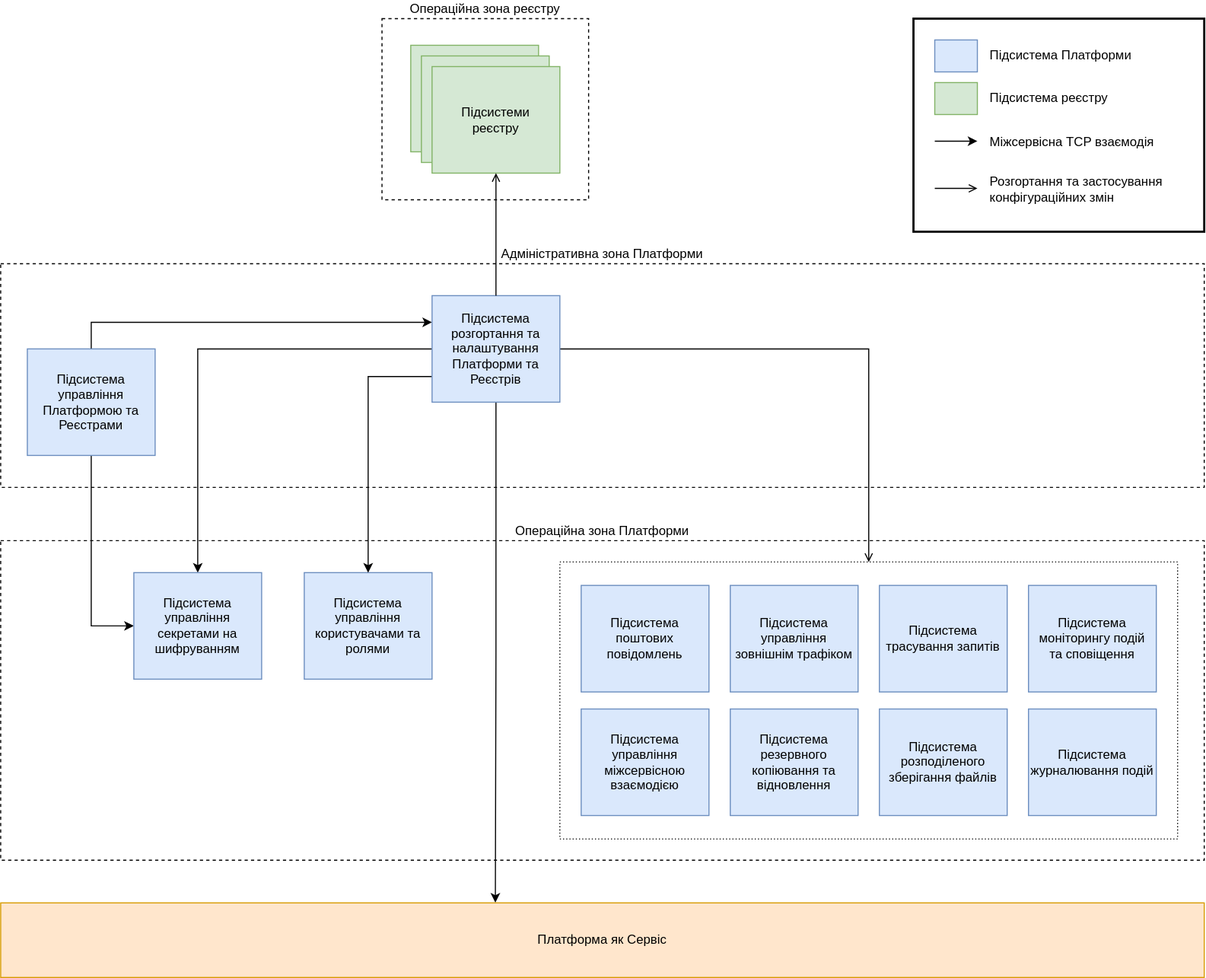
Above: docs/ua/modules/arch/images/architecture/platform/administrative/administrative-zone-subsystems.svg in epam/edp-ddm-architecture (draw.io), before the change. Source tidied: cells renumbered, new cells last; positions are measured from the earlier drawing's top-left corner, leaving out a move shared by most shapes. The source it was exported from:
```xml
<mxGraphModel>
  <root>
    <mxCell id="0" />
    <mxCell id="1" parent="0" />
    <mxCell id="2" value="Адміністративна зона Платформи" style="rounded=0;whiteSpace=wrap;html=1;dashed=1;labelPosition=center;verticalLabelPosition=top;align=center;verticalAlign=bottom;strokeWidth=1;" parent="1" vertex="1">
      <mxGeometry y="230" width="1130" height="210" as="geometry" />
    </mxCell>
    <mxCell id="3" value="Операційна зона Платформи" style="rounded=0;whiteSpace=wrap;html=1;dashed=1;labelPosition=center;verticalLabelPosition=top;align=center;verticalAlign=bottom;" parent="1" vertex="1">
      <mxGeometry y="490" width="1130" height="300" as="geometry" />
    </mxCell>
    <mxCell id="4" value="Підсистема управління користувачами та ролями" style="rounded=0;whiteSpace=wrap;html=1;fillColor=#dae8fc;strokeColor=#6c8ebf;" parent="1" vertex="1">
      <mxGeometry x="285" y="520" width="120" height="100" as="geometry" />
    </mxCell>
    <mxCell id="5" style="edgeStyle=orthogonalEdgeStyle;rounded=0;jettySize=auto;html=1;entryX=0;entryY=0.25;entryDx=0;entryDy=0;exitX=0.5;exitY=0;exitDx=0;exitDy=0;entryPerimeter=0;" parent="1" edge="1" source="7" target="12">
      <mxGeometry relative="1" as="geometry" />
    </mxCell>
    <mxCell id="6" style="edgeStyle=orthogonalEdgeStyle;rounded=0;jettySize=auto;html=1;entryX=0;entryY=0.5;entryDx=0;entryDy=0;exitX=0.5;exitY=1;exitDx=0;exitDy=0;" parent="1" edge="1" source="7" target="13">
      <mxGeometry relative="1" as="geometry" />
    </mxCell>
    <mxCell id="7" value="Підсистема управління Платформою та Реєстрами" style="rounded=0;whiteSpace=wrap;html=1;fillColor=#dae8fc;strokeColor=#6c8ebf;" parent="1" vertex="1">
      <mxGeometry x="25" y="310" width="120" height="100" as="geometry" />
    </mxCell>
    <mxCell id="8" style="edgeStyle=orthogonalEdgeStyle;rounded=0;jettySize=auto;html=1;entryX=0.5;entryY=0;entryDx=0;entryDy=0;exitX=1;exitY=0.5;exitDx=0;exitDy=0;endArrow=open;endFill=0;exitPerimeter=0;" parent="1" edge="1" source="12" target="30">
      <mxGeometry relative="1" as="geometry">
        <Array as="points">
          <mxPoint x="815" y="310" />
        </Array>
      </mxGeometry>
    </mxCell>
    <mxCell id="9" style="edgeStyle=orthogonalEdgeStyle;rounded=0;jettySize=auto;html=1;entryX=0.411;entryY=-0.004;entryDx=0;entryDy=0;entryPerimeter=0;" parent="1" edge="1" source="12" target="14">
      <mxGeometry relative="1" as="geometry" />
    </mxCell>
    <mxCell id="10" style="edgeStyle=orthogonalEdgeStyle;rounded=0;jettySize=auto;html=1;entryX=0.5;entryY=0;entryDx=0;entryDy=0;exitX=0;exitY=0.5;exitDx=0;exitDy=0;exitPerimeter=0;" parent="1" edge="1" source="12" target="13">
      <mxGeometry relative="1" as="geometry" />
    </mxCell>
    <mxCell id="11" style="edgeStyle=orthogonalEdgeStyle;rounded=0;jettySize=auto;html=1;entryX=0.5;entryY=0;entryDx=0;entryDy=0;exitX=0;exitY=0.76;exitDx=0;exitDy=0;exitPerimeter=0;" parent="1" edge="1" source="12" target="4">
      <mxGeometry relative="1" as="geometry" />
    </mxCell>
    <mxCell id="12" value="Підсистема розгортання та налаштування Платформи та Реєстрів" style="rounded=0;whiteSpace=wrap;html=1;fillColor=#dae8fc;strokeColor=#6c8ebf;points=[[0,0,0,0,0],[0,0.25,0,0,0],[0,0.5,0,0,0],[0,0.76,0,0,0],[0,1,0,0,0],[0.25,0,0,0,0],[0.25,1,0,0,0],[0.5,0,0,0,0],[0.5,1,0,0,0],[0.75,0,0,0,0],[0.75,1,0,0,0],[1,0,0,0,0],[1,0.17,0,0,0],[1,0.33,0,0,0],[1,0.5,0,0,0],[1,0.66,0,0,0],[1,0.82,0,0,0],[1,1,0,0,0]];" parent="1" vertex="1">
      <mxGeometry x="405" y="260" width="120" height="100" as="geometry" />
    </mxCell>
    <mxCell id="13" value="Підсистема управління секретами на шифруванням" style="rounded=0;whiteSpace=wrap;html=1;fillColor=#dae8fc;strokeColor=#6c8ebf;" parent="1" vertex="1">
      <mxGeometry x="125" y="520" width="120" height="100" as="geometry" />
    </mxCell>
    <mxCell id="14" value="Платформа як Сервіс" style="rounded=0;whiteSpace=wrap;html=1;fillColor=#ffe6cc;strokeColor=#d79b00;" parent="1" vertex="1">
      <mxGeometry y="830" width="1130" height="70" as="geometry" />
    </mxCell>
    <mxCell id="15" value="Операційна зона реєстру" style="rounded=0;whiteSpace=wrap;html=1;dashed=1;labelPosition=center;verticalLabelPosition=top;align=center;verticalAlign=bottom;" parent="1" vertex="1">
      <mxGeometry x="358" width="194" height="170" as="geometry" />
    </mxCell>
    <mxCell id="16" style="group;" parent="1" vertex="1">
      <mxGeometry x="385" y="25" width="140" height="120" as="geometry" />
    </mxCell>
    <mxCell id="17" style="rounded=0;whiteSpace=wrap;html=1;fillColor=#d5e8d4;strokeColor=#82b366;" parent="16" vertex="1">
      <mxGeometry width="120" height="100" as="geometry" />
    </mxCell>
    <mxCell id="18" style="rounded=0;whiteSpace=wrap;html=1;fillColor=#d5e8d4;strokeColor=#82b366;" parent="16" vertex="1">
      <mxGeometry x="10" y="10" width="120" height="100" as="geometry" />
    </mxCell>
    <mxCell id="19" value="Підсистеми &lt;br&gt;реєстру" style="rounded=0;whiteSpace=wrap;html=1;fillColor=#d5e8d4;strokeColor=#82b366;" parent="16" vertex="1">
      <mxGeometry x="20" y="20" width="120" height="100" as="geometry" />
    </mxCell>
    <mxCell id="20" style="edgeStyle=orthogonalEdgeStyle;rounded=0;jettySize=auto;html=1;entryX=0.5;entryY=1;entryDx=0;entryDy=0;endArrow=open;endFill=0;" parent="1" edge="1" source="12" target="19">
      <mxGeometry relative="1" as="geometry" />
    </mxCell>
    <mxCell id="21" style="rounded=0;whiteSpace=wrap;html=1;strokeColor=#000000;strokeWidth=2;fillColor=none;" parent="1" vertex="1">
      <mxGeometry x="857" width="273" height="200" as="geometry" />
    </mxCell>
    <mxCell id="22" style="edgeStyle=orthogonalEdgeStyle;rounded=0;orthogonalLoop=1;jettySize=auto;html=1;endArrow=open;endFill=0;" parent="1" edge="1">
      <mxGeometry relative="1" as="geometry">
        <mxPoint x="877" y="159.3" as="sourcePoint" />
        <mxPoint x="917" y="159.3" as="targetPoint" />
        <Array as="points">
          <mxPoint x="877" y="159.3" />
        </Array>
      </mxGeometry>
    </mxCell>
    <mxCell id="23" value="Міжсервісна TCP взаємодія" style="text;html=1;strokeColor=none;fillColor=none;align=left;verticalAlign=middle;whiteSpace=wrap;rounded=0;" parent="1" vertex="1">
      <mxGeometry x="927" y="100.5" width="198" height="30" as="geometry" />
    </mxCell>
    <mxCell id="24" style="rounded=0;whiteSpace=wrap;html=1;strokeWidth=1;labelPosition=center;verticalLabelPosition=top;align=center;verticalAlign=bottom;strokeColor=#6c8ebf;fillColor=#dae8fc;" parent="1" vertex="1">
      <mxGeometry x="877" y="20" width="40" height="30" as="geometry" />
    </mxCell>
    <mxCell id="25" value="Підсистема Платформи" style="text;html=1;strokeColor=none;fillColor=none;align=left;verticalAlign=middle;whiteSpace=wrap;rounded=0;" parent="1" vertex="1">
      <mxGeometry x="927" y="20" width="183" height="30" as="geometry" />
    </mxCell>
    <mxCell id="26" value="Розгортання та застосування &lt;br&gt;конфігураційних змін" style="text;html=1;strokeColor=none;fillColor=none;align=left;verticalAlign=middle;whiteSpace=wrap;rounded=0;" parent="1" vertex="1">
      <mxGeometry x="927" y="145" width="198" height="30" as="geometry" />
    </mxCell>
    <mxCell id="27" style="edgeStyle=orthogonalEdgeStyle;rounded=0;orthogonalLoop=1;jettySize=auto;html=1;endArrow=classic;endFill=1;" parent="1" edge="1">
      <mxGeometry relative="1" as="geometry">
        <mxPoint x="877" y="115" as="sourcePoint" />
        <mxPoint x="917" y="115" as="targetPoint" />
        <Array as="points">
          <mxPoint x="877" y="115" />
        </Array>
      </mxGeometry>
    </mxCell>
    <mxCell id="28" style="rounded=0;whiteSpace=wrap;html=1;strokeWidth=1;labelPosition=center;verticalLabelPosition=top;align=center;verticalAlign=bottom;strokeColor=#82b366;fillColor=#d5e8d4;" parent="1" vertex="1">
      <mxGeometry x="877" y="60" width="40" height="30" as="geometry" />
    </mxCell>
    <mxCell id="29" value="Підсистема реєстру" style="text;html=1;strokeColor=none;fillColor=none;align=left;verticalAlign=middle;whiteSpace=wrap;rounded=0;" parent="1" vertex="1">
      <mxGeometry x="927" y="60" width="183" height="30" as="geometry" />
    </mxCell>
    <mxCell id="30" style="rounded=0;whiteSpace=wrap;html=1;dashed=1;labelPosition=center;verticalLabelPosition=bottom;align=center;verticalAlign=top;dashPattern=1 2;" parent="1" vertex="1">
      <mxGeometry x="525" y="510" width="580" height="260" as="geometry" />
    </mxCell>
    <mxCell id="31" value="Підсистема управління зовнішнім трафіком" style="rounded=0;whiteSpace=wrap;html=1;fillColor=#dae8fc;strokeColor=#6c8ebf;" parent="1" vertex="1">
      <mxGeometry x="685" y="532" width="120" height="100" as="geometry" />
    </mxCell>
    <mxCell id="32" value="Підсистема поштових повідомлень" style="rounded=0;whiteSpace=wrap;html=1;fillColor=#dae8fc;strokeColor=#6c8ebf;" parent="1" vertex="1">
      <mxGeometry x="545" y="532" width="120" height="100" as="geometry" />
    </mxCell>
    <mxCell id="33" value="Підсистема управління міжсервісною взаємодією" style="rounded=0;whiteSpace=wrap;html=1;fillColor=#dae8fc;strokeColor=#6c8ebf;" parent="1" vertex="1">
      <mxGeometry x="545" y="648" width="120" height="100" as="geometry" />
    </mxCell>
    <mxCell id="34" value="Підсистема резервного копіювання та відновлення" style="rounded=0;whiteSpace=wrap;html=1;fillColor=#dae8fc;strokeColor=#6c8ebf;" parent="1" vertex="1">
      <mxGeometry x="685" y="648" width="120" height="100" as="geometry" />
    </mxCell>
    <mxCell id="35" value="Підсистема журналювання подій" style="rounded=0;whiteSpace=wrap;html=1;fillColor=#dae8fc;strokeColor=#6c8ebf;" parent="1" vertex="1">
      <mxGeometry x="965" y="648" width="120" height="100" as="geometry" />
    </mxCell>
    <mxCell id="36" value="Підсистема моніторингу подій &lt;br&gt;та сповіщення" style="rounded=0;whiteSpace=wrap;html=1;fillColor=#dae8fc;strokeColor=#6c8ebf;" parent="1" vertex="1">
      <mxGeometry x="965" y="532" width="120" height="100" as="geometry" />
    </mxCell>
    <mxCell id="37" value="Підсистема трасування запитів" style="rounded=0;whiteSpace=wrap;html=1;fillColor=#dae8fc;strokeColor=#6c8ebf;" parent="1" vertex="1">
      <mxGeometry x="825" y="532" width="120" height="100" as="geometry" />
    </mxCell>
    <mxCell id="38" value="Підсистема розподіленого зберігання файлів" style="rounded=0;whiteSpace=wrap;html=1;fillColor=#dae8fc;strokeColor=#6c8ebf;" parent="1" vertex="1">
      <mxGeometry x="825" y="648" width="120" height="100" as="geometry" />
    </mxCell>
  </root>
</mxGraphModel>
```
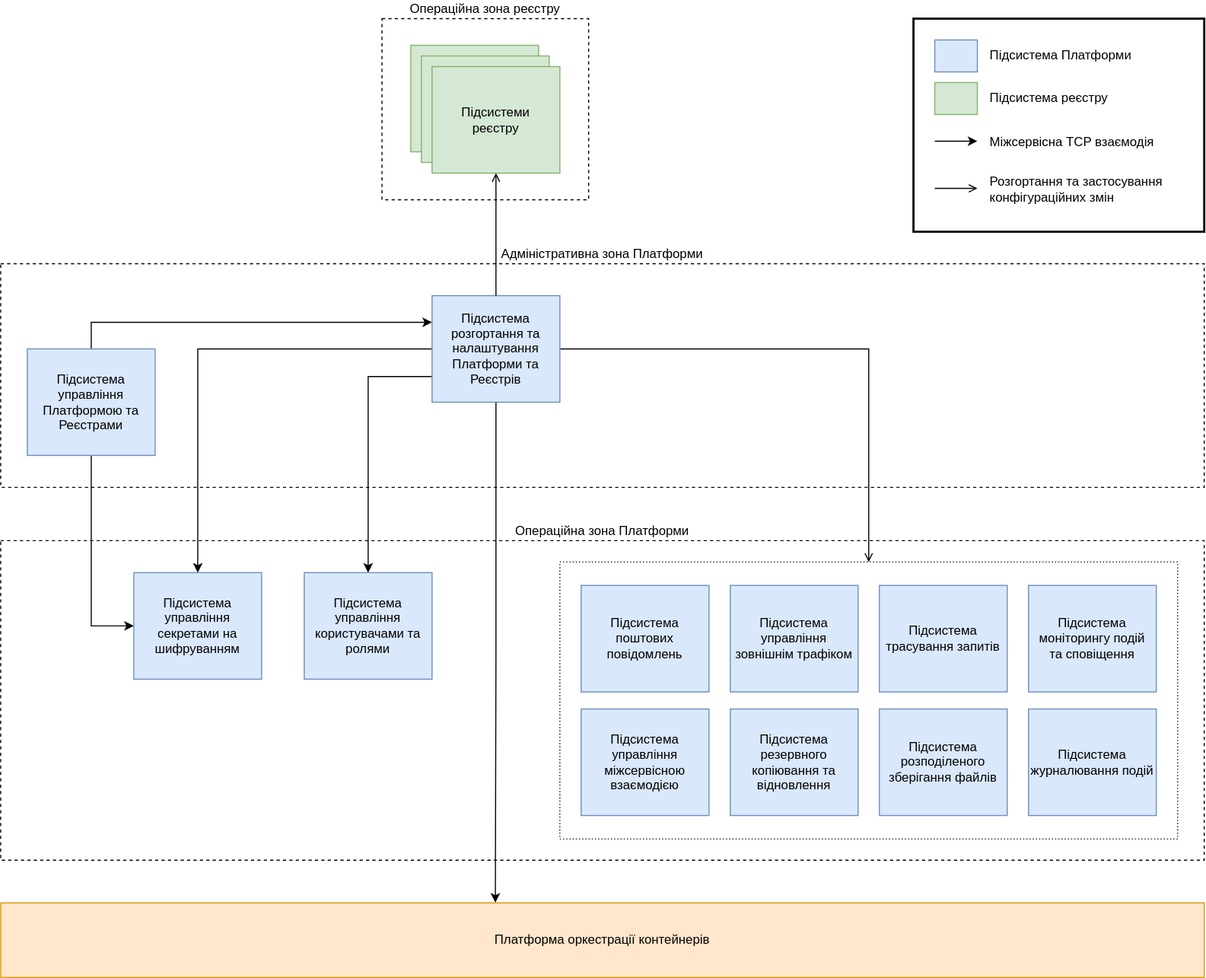
Later version of the same file.

Change to the diagram source:
```diff
@@ -42,7 +42,7 @@
     <mxCell id="13" value="Підсистема управління секретами на шифруванням" style="rounded=0;whiteSpace=wrap;html=1;fillColor=#dae8fc;strokeColor=#6c8ebf;" parent="1" vertex="1">
       <mxGeometry x="125" y="520" width="120" height="100" as="geometry" />
     </mxCell>
-    <mxCell id="14" value="Платформа як Сервіс" style="rounded=0;whiteSpace=wrap;html=1;fillColor=#ffe6cc;strokeColor=#d79b00;" parent="1" vertex="1">
+    <mxCell id="14" value="Платформа оркестрації контейнерів" style="rounded=0;whiteSpace=wrap;html=1;fillColor=#ffe6cc;strokeColor=#d79b00;" parent="1" vertex="1">
       <mxGeometry y="830" width="1130" height="70" as="geometry" />
     </mxCell>
     <mxCell id="15" value="Операційна зона реєстру" style="rounded=0;whiteSpace=wrap;html=1;dashed=1;labelPosition=center;verticalLabelPosition=top;align=center;verticalAlign=bottom;" parent="1" vertex="1">
```
